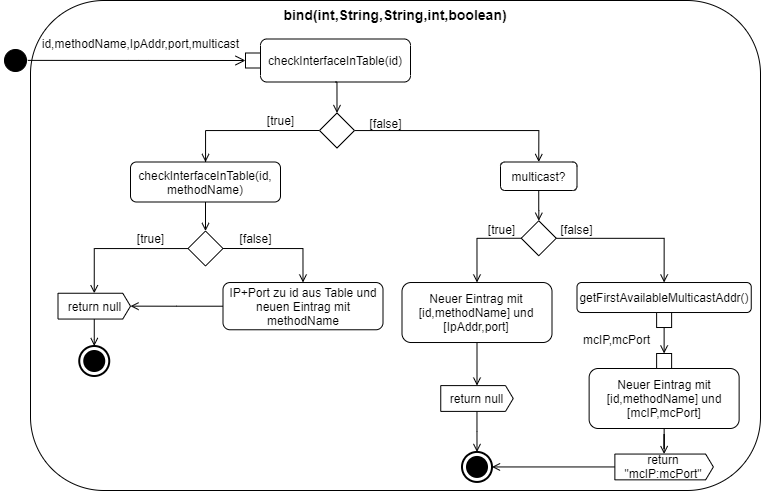
This is Doku/images/MW_AD_bind.png from KjellooMelloo/gameoftrons, a draw.io export, as it was before one commit. Source tidied: cells renumbered, new cells last; positions are measured from the earlier drawing's top-left corner, leaving out a move shared by most shapes.
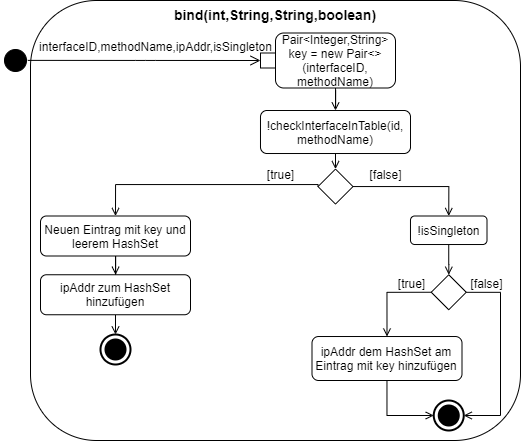
The same diagram one commit later.

Commit message:
updated AD bind, added AD register+lookup

Diff of the diagram source:
```diff
@@ -2,8 +2,8 @@
   <root>
     <mxCell id="0" />
     <mxCell id="1" parent="0" />
-    <mxCell id="2" value="&lt;b&gt;&lt;font style=&quot;font-size: 14px&quot;&gt;bind(int,String,String,int,boolean)&lt;/font&gt;&lt;/b&gt;" style="rounded=1;whiteSpace=wrap;html=1;align=center;verticalAlign=top;" parent="1" vertex="1">
-      <mxGeometry x="30" width="730" height="490" as="geometry" />
+    <mxCell id="2" value="&lt;b&gt;&lt;font style=&quot;font-size: 14px&quot;&gt;bind(int,String,String,boolean)&lt;/font&gt;&lt;/b&gt;" style="rounded=1;whiteSpace=wrap;html=1;align=center;verticalAlign=top;" parent="1" vertex="1">
+      <mxGeometry x="30" width="490" height="440" as="geometry" />
     </mxCell>
     <mxCell id="3" style="ellipse;html=1;shape=startState;fillColor=#000000;strokeColor=#000000;align=center;" parent="1" vertex="1">
       <mxGeometry y="45" width="30" height="30" as="geometry" />
@@ -11,136 +11,93 @@
     <mxCell id="4" style="edgeStyle=orthogonalEdgeStyle;html=1;verticalAlign=bottom;endArrow=open;endSize=8;strokeColor=#000000;entryX=0;entryY=0.5;entryDx=0;entryDy=0;exitX=0.909;exitY=0.496;exitDx=0;exitDy=0;exitPerimeter=0;" parent="1" edge="1" source="3" target="6">
       <mxGeometry relative="1" as="geometry" />
     </mxCell>
-    <mxCell id="5" value="id,methodName,IpAddr,port,multicast" style="text;html=1;align=center;verticalAlign=middle;" parent="1" vertex="1">
-      <mxGeometry x="35" y="32.5" width="210" height="20" as="geometry" />
+    <mxCell id="5" value="interfaceID,methodName,ipAddr,isSingleton" style="text;html=1;align=center;verticalAlign=middle;" parent="1" vertex="1">
+      <mxGeometry x="30" y="36" width="250" height="20" as="geometry" />
     </mxCell>
     <mxCell id="6" style="rounded=0;whiteSpace=wrap;html=1;strokeColor=#000000;align=center;" parent="1" vertex="1">
-      <mxGeometry x="245" y="52.5" width="15" height="15" as="geometry" />
+      <mxGeometry x="260" y="52.5" width="15" height="15" as="geometry" />
     </mxCell>
-    <mxCell id="7" value="checkInterfaceInTable(id)" style="shape=rect;html=1;rounded=1;whiteSpace=wrap;align=center;" parent="1" vertex="1">
-      <mxGeometry x="260" y="38.5" width="150" height="43" as="geometry" />
+    <mxCell id="7" value="!checkInterfaceInTable(id, methodName)" style="shape=rect;html=1;rounded=1;whiteSpace=wrap;align=center;" parent="1" vertex="1">
+      <mxGeometry x="260" y="110" width="150" height="43" as="geometry" />
     </mxCell>
-    <mxCell id="8" style="edgeStyle=orthogonalEdgeStyle;rounded=0;jettySize=auto;html=1;entryX=0.5;entryY=0;entryDx=0;entryDy=0;endArrow=open;endFill=0;exitX=0.5;exitY=1;exitDx=0;exitDy=0;" parent="1" edge="1" source="22" target="11">
+    <mxCell id="8" style="edgeStyle=orthogonalEdgeStyle;rounded=0;jettySize=auto;html=1;entryX=0.5;entryY=0;entryDx=0;entryDy=0;endArrow=open;endFill=0;exitX=0.5;exitY=1;exitDx=0;exitDy=0;entryPerimeter=0;" parent="1" edge="1" source="19" target="20">
       <mxGeometry relative="1" as="geometry" />
     </mxCell>
-    <mxCell id="9" style="edgeStyle=orthogonalEdgeStyle;rounded=0;jettySize=auto;html=1;entryX=0.5;entryY=0;entryDx=0;entryDy=0;entryPerimeter=0;endArrow=open;endFill=0;" parent="1" edge="1" source="11" target="24">
+    <mxCell id="9" style="edgeStyle=orthogonalEdgeStyle;rounded=0;jettySize=auto;html=1;entryX=0.5;entryY=0;entryDx=0;entryDy=0;endArrow=open;endFill=0;exitX=0.5;exitY=1;exitDx=0;exitDy=0;" parent="1" edge="1" source="7" target="12">
       <mxGeometry relative="1" as="geometry" />
     </mxCell>
-    <mxCell id="10" style="edgeStyle=orthogonalEdgeStyle;rounded=0;jettySize=auto;html=1;entryX=0.5;entryY=0;entryDx=0;entryDy=0;endArrow=open;endFill=0;exitX=1;exitY=0.5;exitDx=0;exitDy=0;" parent="1" edge="1" source="11" target="27">
-      <mxGeometry relative="1" as="geometry" />
+    <mxCell id="10" style="edgeStyle=orthogonalEdgeStyle;rounded=0;jettySize=auto;html=1;entryX=0.5;entryY=0;entryDx=0;entryDy=0;endArrow=open;endFill=0;exitX=0;exitY=0.5;exitDx=0;exitDy=0;" parent="1" edge="1" source="12" target="18">
+      <mxGeometry relative="1" as="geometry">
+        <Array as="points">
+          <mxPoint x="318" y="184" />
+          <mxPoint x="115" y="184" />
+        </Array>
+      </mxGeometry>
     </mxCell>
-    <mxCell id="11" style="rhombus;whiteSpace=wrap;html=1;strokeColor=#000000;align=center;" parent="1" vertex="1">
-      <mxGeometry x="187.5" y="230.5" width="35" height="35" as="geometry" />
+    <mxCell id="11" style="edgeStyle=orthogonalEdgeStyle;rounded=0;jettySize=auto;html=1;entryX=0.5;entryY=0;entryDx=0;entryDy=0;endArrow=open;endFill=0;" parent="1" edge="1" source="12" target="16">
+      <mxGeometry relative="1" as="geometry" />
     </mxCell>
-    <mxCell id="12" value="[true]" style="text;html=1;align=center;verticalAlign=middle;points=[];" parent="1" vertex="1">
-      <mxGeometry x="130" y="227.8" width="40" height="20" as="geometry" />
+    <mxCell id="12" style="rhombus;whiteSpace=wrap;html=1;strokeColor=#000000;align=center;" parent="1" vertex="1">
+      <mxGeometry x="317.5" y="168.6" width="35" height="35" as="geometry" />
     </mxCell>
-    <mxCell id="13" value="[false]" style="text;html=1;align=center;verticalAlign=middle;" parent="1" vertex="1">
-      <mxGeometry x="230" y="227.8" width="50" height="20" as="geometry" />
+    <mxCell id="13" value="[true]" style="text;html=1;align=center;verticalAlign=middle;" parent="1" vertex="1">
+      <mxGeometry x="260" y="164" width="40" height="20" as="geometry" />
     </mxCell>
-    <mxCell id="14" style="edgeStyle=orthogonalEdgeStyle;rounded=0;jettySize=auto;html=1;entryX=0.5;entryY=0;entryDx=0;entryDy=0;endArrow=open;endFill=0;exitX=0.5;exitY=1;exitDx=0;exitDy=0;" parent="1" edge="1" source="7" target="17">
-      <mxGeometry relative="1" as="geometry" />
+    <mxCell id="14" value="[false]" style="text;html=1;align=center;verticalAlign=middle;" parent="1" vertex="1">
+      <mxGeometry x="360" y="164" width="50" height="20" as="geometry" />
     </mxCell>
-    <mxCell id="15" style="edgeStyle=orthogonalEdgeStyle;rounded=0;jettySize=auto;html=1;entryX=0.5;entryY=0;entryDx=0;entryDy=0;endArrow=open;endFill=0;exitX=0;exitY=0.5;exitDx=0;exitDy=0;" parent="1" edge="1" source="17" target="22">
-      <mxGeometry relative="1" as="geometry">
-        <Array as="points">
-          <mxPoint x="205" y="130" />
-          <mxPoint x="205" y="162" />
-        </Array>
-      </mxGeometry>
+    <mxCell id="15" style="edgeStyle=orthogonalEdgeStyle;rounded=0;jettySize=auto;html=1;entryX=0.5;entryY=0;entryDx=0;entryDy=0;endArrow=open;endFill=0;" parent="1" edge="1" source="16" target="23">
+      <mxGeometry relative="1" as="geometry" />
     </mxCell>
-    <mxCell id="16" style="edgeStyle=orthogonalEdgeStyle;rounded=0;jettySize=auto;html=1;entryX=0.5;entryY=0;entryDx=0;entryDy=0;endArrow=open;endFill=0;" parent="1" edge="1" source="17" target="21">
-      <mxGeometry relative="1" as="geometry" />
+    <mxCell id="16" value="!isSingleton" style="shape=rect;html=1;rounded=1;whiteSpace=wrap;align=center;" parent="1" vertex="1">
+      <mxGeometry x="410" y="215.5" width="76.5" height="28.5" as="geometry" />
     </mxCell>
-    <mxCell id="17" style="rhombus;whiteSpace=wrap;html=1;strokeColor=#000000;align=center;" parent="1" vertex="1">
-      <mxGeometry x="319" y="112.5" width="35" height="35" as="geometry" />
+    <mxCell id="17" style="edgeStyle=orthogonalEdgeStyle;rounded=0;jettySize=auto;html=1;endArrow=open;endFill=0;" parent="1" edge="1" source="18" target="19">
+      <mxGeometry relative="1" as="geometry" />
     </mxCell>
-    <mxCell id="18" value="[true]" style="text;html=1;align=center;verticalAlign=middle;points=[];" parent="1" vertex="1">
-      <mxGeometry x="260" y="110" width="40" height="20" as="geometry" />
+    <mxCell id="18" value="Neuen Eintrag mit key und leerem HashSet" style="shape=rect;html=1;rounded=1;whiteSpace=wrap;align=center;" parent="1" vertex="1">
+      <mxGeometry x="40" y="215.5" width="150" height="40" as="geometry" />
     </mxCell>
-    <mxCell id="19" value="[false]" style="text;html=1;align=center;verticalAlign=middle;points=[];" parent="1" vertex="1">
-      <mxGeometry x="360" y="112.5" width="50" height="20" as="geometry" />
+    <mxCell id="19" value="ipAddr zum HashSet hinzufügen" style="shape=rect;html=1;rounded=1;whiteSpace=wrap;align=center;" parent="1" vertex="1">
+      <mxGeometry x="40" y="274.2" width="150" height="40" as="geometry" />
     </mxCell>
-    <mxCell id="20" style="edgeStyle=orthogonalEdgeStyle;rounded=0;jettySize=auto;html=1;entryX=0.5;entryY=0;entryDx=0;entryDy=0;endArrow=open;endFill=0;" parent="1" edge="1" source="21" target="30">
-      <mxGeometry relative="1" as="geometry" />
+    <mxCell id="20" style="html=1;shape=mxgraph.sysml.actFinal;strokeWidth=2;verticalLabelPosition=bottom;verticalAlignment=top;align=center;" parent="1" vertex="1">
+      <mxGeometry x="100" y="334" width="30" height="30" as="geometry" />
     </mxCell>
-    <mxCell id="21" value="multicast?" style="shape=rect;html=1;rounded=1;whiteSpace=wrap;align=center;" parent="1" vertex="1">
-      <mxGeometry x="500" y="161.5" width="76.5" height="28.5" as="geometry" />
+    <mxCell id="21" style="edgeStyle=orthogonalEdgeStyle;rounded=0;jettySize=auto;html=1;entryX=1;entryY=0.5;entryDx=0;entryDy=0;endArrow=open;endFill=0;entryPerimeter=0;" parent="1" edge="1" source="23" target="28">
+      <mxGeometry relative="1" as="geometry">
+        <Array as="points">
+          <mxPoint x="500" y="292" />
+          <mxPoint x="500" y="415" />
+        </Array>
+      </mxGeometry>
     </mxCell>
-    <mxCell id="22" value="checkInterfaceInTable(id, methodName)" style="shape=rect;html=1;rounded=1;whiteSpace=wrap;align=center;" parent="1" vertex="1">
-      <mxGeometry x="130" y="161.5" width="150" height="40" as="geometry" />
+    <mxCell id="22" style="edgeStyle=orthogonalEdgeStyle;rounded=0;jettySize=auto;html=1;entryX=0.5;entryY=0;entryDx=0;entryDy=0;endArrow=open;endFill=0;exitX=0;exitY=0.5;exitDx=0;exitDy=0;" parent="1" edge="1" source="23" target="27">
+      <mxGeometry relative="1" as="geometry" />
     </mxCell>
-    <mxCell id="23" style="edgeStyle=orthogonalEdgeStyle;rounded=0;jettySize=auto;html=1;entryX=0.5;entryY=0;entryDx=0;entryDy=0;entryPerimeter=0;endArrow=open;endFill=0;" parent="1" edge="1" source="24" target="25">
-      <mxGeometry relative="1" as="geometry" />
+    <mxCell id="23" style="rhombus;whiteSpace=wrap;html=1;strokeColor=#000000;align=center;" parent="1" vertex="1">
+      <mxGeometry x="430.8" y="274.2" width="35" height="35" as="geometry" />
     </mxCell>
-    <mxCell id="24" value="return null" style="html=1;shape=mxgraph.sysml.sendSigAct;strokeWidth=1;whiteSpace=wrap;align=center;" parent="1" vertex="1">
-      <mxGeometry x="57.5" y="292.8" width="72.5" height="25.8" as="geometry" />
+    <mxCell id="24" value="[true]" style="text;html=1;align=center;verticalAlign=middle;points=[];" parent="1" vertex="1">
+      <mxGeometry x="390.8" y="272.6" width="40" height="20" as="geometry" />
     </mxCell>
-    <mxCell id="25" style="html=1;shape=mxgraph.sysml.actFinal;strokeWidth=2;verticalLabelPosition=bottom;verticalAlignment=top;align=center;" parent="1" vertex="1">
-      <mxGeometry x="78.8" y="345.5" width="30" height="30" as="geometry" />
+    <mxCell id="25" value="[false]" style="text;html=1;align=center;verticalAlign=middle;points=[];" parent="1" vertex="1">
+      <mxGeometry x="461.5" y="272.6" width="50" height="20" as="geometry" />
     </mxCell>
-    <mxCell id="26" style="edgeStyle=orthogonalEdgeStyle;rounded=0;jettySize=auto;html=1;entryX=1;entryY=0.5;entryDx=0;entryDy=0;entryPerimeter=0;endArrow=open;endFill=0;" parent="1" edge="1" source="27" target="24">
+    <mxCell id="26" style="edgeStyle=orthogonalEdgeStyle;rounded=0;jettySize=auto;html=1;entryX=0;entryY=0.5;entryDx=0;entryDy=0;entryPerimeter=0;endArrow=open;endFill=0;" parent="1" edge="1" source="27" target="28">
       <mxGeometry relative="1" as="geometry" />
     </mxCell>
-    <mxCell id="27" value="IP+Port zu id aus Table und neuen Eintrag mit methodName" style="shape=rect;html=1;rounded=1;whiteSpace=wrap;align=center;" parent="1" vertex="1">
-      <mxGeometry x="222.5" y="282" width="160" height="47.2" as="geometry" />
+    <mxCell id="27" value="ipAddr dem HashSet am Eintrag mit key hinzufügen" style="shape=rect;html=1;rounded=1;whiteSpace=wrap;align=center;" parent="1" vertex="1">
+      <mxGeometry x="311.5" y="336" width="150" height="44" as="geometry" />
     </mxCell>
-    <mxCell id="28" style="edgeStyle=orthogonalEdgeStyle;rounded=0;jettySize=auto;html=1;entryX=0.5;entryY=0;entryDx=0;entryDy=0;endArrow=open;endFill=0;" parent="1" edge="1" source="30" target="36">
-      <mxGeometry relative="1" as="geometry" />
+    <mxCell id="28" style="html=1;shape=mxgraph.sysml.actFinal;strokeWidth=2;verticalLabelPosition=bottom;verticalAlignment=top;align=center;" parent="1" vertex="1">
+      <mxGeometry x="433.2" y="400" width="30" height="30" as="geometry" />
     </mxCell>
-    <mxCell id="29" style="edgeStyle=orthogonalEdgeStyle;rounded=0;jettySize=auto;html=1;entryX=0.5;entryY=0;entryDx=0;entryDy=0;endArrow=open;endFill=0;exitX=0;exitY=0.5;exitDx=0;exitDy=0;" parent="1" edge="1" source="30" target="34">
+    <mxCell id="29" style="edgeStyle=orthogonalEdgeStyle;rounded=0;jettySize=auto;html=1;entryX=0.5;entryY=0;entryDx=0;entryDy=0;endArrow=open;endFill=0;" parent="1" edge="1" source="30" target="7">
       <mxGeometry relative="1" as="geometry" />
     </mxCell>
-    <mxCell id="30" style="rhombus;whiteSpace=wrap;html=1;strokeColor=#000000;align=center;" parent="1" vertex="1">
-      <mxGeometry x="520.8" y="220.2" width="35" height="35" as="geometry" />
+    <mxCell id="30" value="Pair&amp;lt;Integer,String&amp;gt; key = new Pair&amp;lt;&amp;gt;(interfaceID, methodName)" style="shape=rect;html=1;rounded=1;whiteSpace=wrap;align=center;" parent="1" vertex="1">
+      <mxGeometry x="275" y="32.5" width="120" height="55" as="geometry" />
     </mxCell>
-    <mxCell id="31" value="[true]" style="text;html=1;align=center;verticalAlign=middle;" parent="1" vertex="1">
-      <mxGeometry x="480.8" y="218.6" width="40" height="20" as="geometry" />
-    </mxCell>
-    <mxCell id="32" value="[false]" style="text;html=1;align=center;verticalAlign=middle;" parent="1" vertex="1">
-      <mxGeometry x="551.5" y="218.6" width="50" height="20" as="geometry" />
-    </mxCell>
-    <mxCell id="33" style="edgeStyle=orthogonalEdgeStyle;rounded=0;jettySize=auto;html=1;entryX=0.5;entryY=0;entryDx=0;entryDy=0;entryPerimeter=0;endArrow=open;endFill=0;" parent="1" edge="1" source="34" target="43">
-      <mxGeometry relative="1" as="geometry" />
-    </mxCell>
-    <mxCell id="34" value="Neuer Eintrag mit [id,methodName] und [IpAddr,port]" style="shape=rect;html=1;rounded=1;whiteSpace=wrap;align=center;" parent="1" vertex="1">
-      <mxGeometry x="401.5" y="282" width="150" height="60" as="geometry" />
-    </mxCell>
-    <mxCell id="35" style="edgeStyle=orthogonalEdgeStyle;rounded=0;jettySize=auto;html=1;endArrow=open;endFill=0;entryX=0.5;entryY=0;entryDx=0;entryDy=0;exitX=0.5;exitY=1;exitDx=0;exitDy=0;" parent="1" edge="1" source="39" target="41">
-      <mxGeometry relative="1" as="geometry" />
-    </mxCell>
-    <mxCell id="36" value="getFirstAvailableMulticastAddr()" style="shape=rect;html=1;rounded=1;whiteSpace=wrap;align=center;" parent="1" vertex="1">
-      <mxGeometry x="576.5" y="282" width="174.2" height="30" as="geometry" />
-    </mxCell>
-    <mxCell id="37" style="edgeStyle=orthogonalEdgeStyle;rounded=0;jettySize=auto;html=1;entryX=0.5;entryY=0;entryDx=0;entryDy=0;entryPerimeter=0;endArrow=open;endFill=0;" parent="1" edge="1" source="38" target="46">
-      <mxGeometry relative="1" as="geometry" />
-    </mxCell>
-    <mxCell id="38" value="Neuer Eintrag mit [id,methodName] und [mcIP,mcPort]" style="shape=rect;html=1;rounded=1;whiteSpace=wrap;align=center;" parent="1" vertex="1">
-      <mxGeometry x="588.6" y="368" width="150" height="60" as="geometry" />
-    </mxCell>
-    <mxCell id="39" style="rounded=0;whiteSpace=wrap;html=1;strokeColor=#000000;align=center;" parent="1" vertex="1">
-      <mxGeometry x="656.1" y="312" width="15" height="15" as="geometry" />
-    </mxCell>
-    <mxCell id="40" value="mcIP,mcPort" style="text;html=1;align=center;verticalAlign=middle;" parent="1" vertex="1">
-      <mxGeometry x="576.5" y="329.3" width="80" height="20" as="geometry" />
-    </mxCell>
-    <mxCell id="41" style="rounded=0;whiteSpace=wrap;html=1;strokeColor=#000000;align=center;" parent="1" vertex="1">
-      <mxGeometry x="656.1" y="353" width="15" height="15" as="geometry" />
-    </mxCell>
-    <mxCell id="42" style="edgeStyle=orthogonalEdgeStyle;rounded=0;jettySize=auto;html=1;entryX=0.5;entryY=0;entryDx=0;entryDy=0;entryPerimeter=0;endArrow=open;endFill=0;" parent="1" edge="1" source="43" target="44">
-      <mxGeometry relative="1" as="geometry" />
-    </mxCell>
-    <mxCell id="43" value="return null" style="html=1;shape=mxgraph.sysml.sendSigAct;strokeWidth=1;whiteSpace=wrap;align=center;" parent="1" vertex="1">
-      <mxGeometry x="440.2" y="385.1" width="72.5" height="25.8" as="geometry" />
-    </mxCell>
-    <mxCell id="44" style="html=1;shape=mxgraph.sysml.actFinal;strokeWidth=2;verticalLabelPosition=bottom;verticalAlignment=top;align=center;" parent="1" vertex="1">
-      <mxGeometry x="461.5" y="451.4" width="30" height="30" as="geometry" />
-    </mxCell>
-    <mxCell id="45" style="edgeStyle=orthogonalEdgeStyle;rounded=0;jettySize=auto;html=1;entryX=1;entryY=0.5;entryDx=0;entryDy=0;entryPerimeter=0;endArrow=open;endFill=0;" parent="1" edge="1" source="46" target="44">
-      <mxGeometry relative="1" as="geometry" />
-    </mxCell>
-    <mxCell id="46" value="return &quot;mcIP:mcPort&quot;" style="html=1;shape=mxgraph.sysml.sendSigAct;strokeWidth=1;whiteSpace=wrap;align=center;" parent="1" vertex="1">
-      <mxGeometry x="614.4" y="453.6" width="98.5" height="25.8" as="geometry" />
-    </mxCell>
   </root>
 </mxGraphModel>
```
